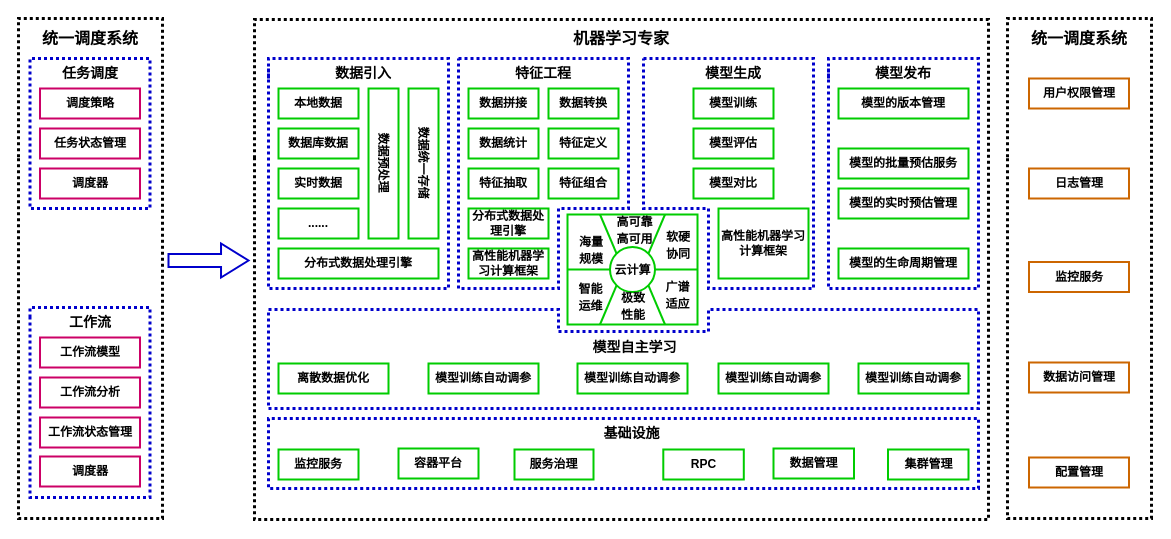
Before: page "第 2 页" (3 of 3) of Untitled Diagram.drawio in chenjgui/Flow-chat, a draw.io diagram. Source tidied: cells renumbered, new cells numbered last; positions are measured from the earlier drawing's top-left corner, leaving out a move shared by most shapes. Both pictures are drawn from the tidied source at 100%, with x=0, y=0 at pixel (18, 18).
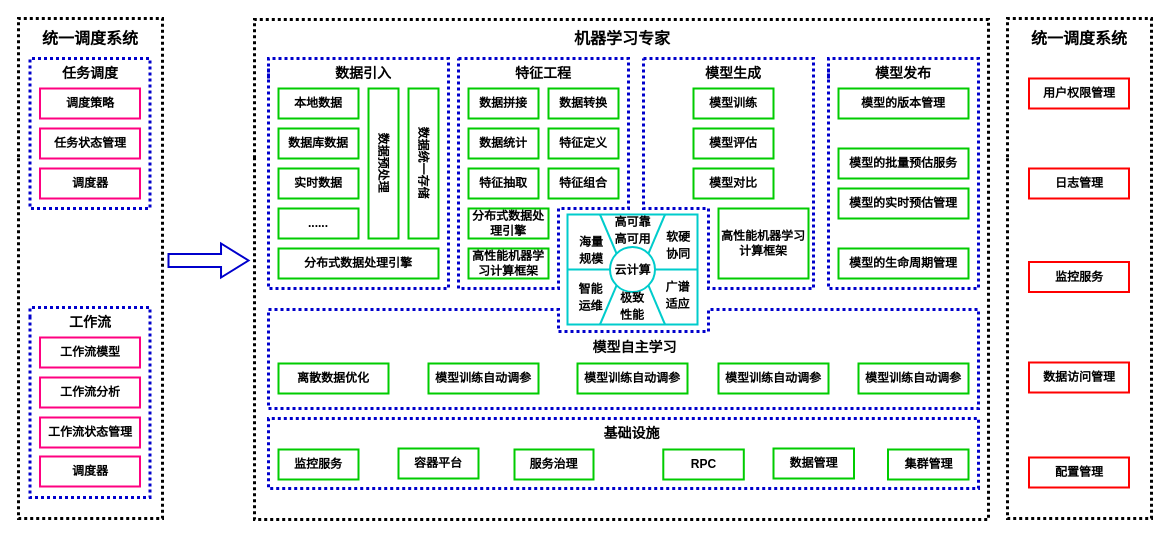
The same diagram, later.

The edit, as a diff of the source:
```diff
@@
-    <mxCell id="2" style="rounded=0;whiteSpace=wrap;html=1;strokeColor=#00CC00;strokeWidth=2;fontFamily=宋体;fontSize=14;" parent="1" vertex="1">
+    <mxCell id="2" style="rounded=0;whiteSpace=wrap;html=1;strokeColor=#00CCCC;strokeWidth=2;fontFamily=宋体;fontSize=14;" parent="1" vertex="1">
       <mxGeometry x="549" y="196" width="130" height="110" as="geometry" />
     </mxCell>
-    <mxCell id="3" value="&lt;font&gt;调度策略&lt;/font&gt;" style="rounded=0;whiteSpace=wrap;html=1;fillColor=#FFFFFF;strokeColor=#CC0066;strokeWidth=2;fontStyle=1;fontFamily=宋体;" parent="1" vertex="1">
+    <mxCell id="3" value="&lt;font&gt;调度策略&lt;/font&gt;" style="rounded=0;whiteSpace=wrap;html=1;fillColor=#FFFFFF;strokeColor=#FF0080;strokeWidth=2;fontStyle=1;fontFamily=宋体;" parent="1" vertex="1">
       <mxGeometry x="21.5" y="70" width="100" height="30" as="geometry" />
     </mxCell>
-    <mxCell id="4" value="&lt;font&gt;任务状态管理&lt;/font&gt;" style="rounded=0;whiteSpace=wrap;html=1;fillColor=#FFFFFF;strokeColor=#CC0066;strokeWidth=2;fontStyle=1;fontFamily=宋体;" parent="1" vertex="1">
+    <mxCell id="4" value="&lt;font&gt;任务状态管理&lt;/font&gt;" style="rounded=0;whiteSpace=wrap;html=1;fillColor=#FFFFFF;strokeColor=#FF0080;strokeWidth=2;fontStyle=1;fontFamily=宋体;" parent="1" vertex="1">
       <mxGeometry x="21.5" y="110" width="100" height="30" as="geometry" />
     </mxCell>
-    <mxCell id="5" value="&lt;font&gt;调度器&lt;/font&gt;" style="rounded=0;whiteSpace=wrap;html=1;fillColor=#FFFFFF;strokeColor=#CC0066;strokeWidth=2;fontStyle=1;fontFamily=宋体;" parent="1" vertex="1">
+    <mxCell id="5" value="&lt;font&gt;调度器&lt;/font&gt;" style="rounded=0;whiteSpace=wrap;html=1;fillColor=#FFFFFF;strokeColor=#FF0080;strokeWidth=2;fontStyle=1;fontFamily=宋体;" parent="1" vertex="1">
       <mxGeometry x="21.5" y="150" width="100" height="30" as="geometry" />
     </mxCell>
@@
-    <mxCell id="9" value="&lt;font&gt;工作流模型&lt;/font&gt;" style="rounded=0;whiteSpace=wrap;html=1;fillColor=#FFFFFF;strokeColor=#CC0066;strokeWidth=2;fontStyle=1;fontFamily=宋体;" parent="1" vertex="1">
+    <mxCell id="9" value="&lt;font&gt;工作流模型&lt;/font&gt;" style="rounded=0;whiteSpace=wrap;html=1;fillColor=#FFFFFF;strokeColor=#FF0080;strokeWidth=2;fontStyle=1;fontFamily=宋体;" parent="1" vertex="1">
       <mxGeometry x="21.5" y="319" width="100" height="30" as="geometry" />
     </mxCell>
-    <mxCell id="10" value="&lt;font&gt;工作流分析&lt;/font&gt;" style="rounded=0;whiteSpace=wrap;html=1;fillColor=#FFFFFF;strokeColor=#CC0066;strokeWidth=2;fontStyle=1;fontFamily=宋体;" parent="1" vertex="1">
+    <mxCell id="10" value="&lt;font&gt;工作流分析&lt;/font&gt;" style="rounded=0;whiteSpace=wrap;html=1;fillColor=#FFFFFF;strokeColor=#FF0080;strokeWidth=2;fontStyle=1;fontFamily=宋体;" parent="1" vertex="1">
       <mxGeometry x="21.5" y="359" width="100" height="30" as="geometry" />
     </mxCell>
-    <mxCell id="11" value="&lt;font&gt;工作流状态管理&lt;/font&gt;" style="rounded=0;whiteSpace=wrap;html=1;fillColor=#FFFFFF;strokeColor=#CC0066;strokeWidth=2;fontStyle=1;fontFamily=宋体;" parent="1" vertex="1">
+    <mxCell id="11" value="&lt;font&gt;工作流状态管理&lt;/font&gt;" style="rounded=0;whiteSpace=wrap;html=1;fillColor=#FFFFFF;strokeColor=#FF0080;strokeWidth=2;fontStyle=1;fontFamily=宋体;" parent="1" vertex="1">
       <mxGeometry x="21.5" y="399" width="100" height="30" as="geometry" />
     </mxCell>
@@
-    <mxCell id="14" value="&lt;font&gt;调度器&lt;/font&gt;" style="rounded=0;whiteSpace=wrap;html=1;fillColor=#FFFFFF;strokeColor=#CC0066;strokeWidth=2;fontStyle=1;fontFamily=宋体;" parent="1" vertex="1">
+    <mxCell id="14" value="&lt;font&gt;调度器&lt;/font&gt;" style="rounded=0;whiteSpace=wrap;html=1;fillColor=#FFFFFF;strokeColor=#FF0080;strokeWidth=2;fontStyle=1;fontFamily=宋体;" parent="1" vertex="1">
       <mxGeometry x="21.5" y="438" width="100" height="30" as="geometry" />
     </mxCell>
@@
-    <mxCell id="47" value="&lt;b&gt;&lt;font style=&quot;font-size: 12px&quot;&gt;云计算&lt;/font&gt;&lt;/b&gt;" style="ellipse;whiteSpace=wrap;html=1;strokeColor=#00CC00;strokeWidth=2;fontFamily=宋体;fontSize=14;" parent="1" vertex="1">
+    <mxCell id="47" value="&lt;b&gt;&lt;font style=&quot;font-size: 12px&quot;&gt;云计算&lt;/font&gt;&lt;/b&gt;" style="ellipse;whiteSpace=wrap;html=1;strokeColor=#00CCCC;strokeWidth=2;fontFamily=宋体;fontSize=14;" parent="1" vertex="1">
       <mxGeometry x="591.5" y="228.5" width="45" height="45" as="geometry" />
     </mxCell>
-    <mxCell id="48" style="endArrow=none;html=1;strokeColor=#00CC00;strokeWidth=2;fontFamily=宋体;fontSize=14;entryX=0;entryY=0;entryDx=0;entryDy=0;exitX=0.25;exitY=0;exitDx=0;exitDy=0;" parent="1" edge="1" source="2" target="47">
+    <mxCell id="48" style="endArrow=none;html=1;strokeColor=#00CCCC;strokeWidth=2;fontFamily=宋体;fontSize=14;entryX=0;entryY=0;entryDx=0;entryDy=0;exitX=0.25;exitY=0;exitDx=0;exitDy=0;" parent="1" edge="1" source="2" target="47">
       <mxGeometry relative="1" as="geometry" />
     </mxCell>
-    <mxCell id="49" style="endArrow=none;html=1;strokeColor=#00CC00;strokeWidth=2;fontFamily=宋体;fontSize=14;entryX=1;entryY=0.5;entryDx=0;entryDy=0;exitX=1;exitY=0.5;exitDx=0;exitDy=0;" parent="1" edge="1" source="47" target="2">
+    <mxCell id="49" style="endArrow=none;html=1;strokeColor=#00CCCC;strokeWidth=2;fontFamily=宋体;fontSize=14;entryX=1;entryY=0.5;entryDx=0;entryDy=0;exitX=1;exitY=0.5;exitDx=0;exitDy=0;" parent="1" edge="1" source="47" target="2">
       <mxGeometry relative="1" as="geometry" />
     </mxCell>
-    <mxCell id="50" style="endArrow=none;html=1;strokeColor=#00CC00;strokeWidth=2;fontFamily=宋体;fontSize=14;exitX=1;exitY=0;exitDx=0;exitDy=0;entryX=0.75;entryY=0;entryDx=0;entryDy=0;" parent="1" edge="1" source="47" target="2">
+    <mxCell id="50" style="endArrow=none;html=1;strokeColor=#00CCCC;strokeWidth=2;fontFamily=宋体;fontSize=14;exitX=1;exitY=0;exitDx=0;exitDy=0;entryX=0.75;entryY=0;entryDx=0;entryDy=0;" parent="1" edge="1" source="47" target="2">
       <mxGeometry relative="1" as="geometry" />
     </mxCell>
-    <mxCell id="51" style="endArrow=none;html=1;strokeColor=#00CC00;strokeWidth=2;fontFamily=宋体;fontSize=14;entryX=0;entryY=1;entryDx=0;entryDy=0;exitX=0.25;exitY=1;exitDx=0;exitDy=0;" parent="1" edge="1" source="2" target="47">
+    <mxCell id="51" style="endArrow=none;html=1;strokeColor=#00CCCC;strokeWidth=2;fontFamily=宋体;fontSize=14;entryX=0;entryY=1;entryDx=0;entryDy=0;exitX=0.25;exitY=1;exitDx=0;exitDy=0;" parent="1" edge="1" source="2" target="47">
       <mxGeometry relative="1" as="geometry" />
     </mxCell>
-    <mxCell id="52" style="endArrow=none;html=1;strokeColor=#00CC00;strokeWidth=2;fontFamily=宋体;fontSize=14;exitX=0.75;exitY=1;exitDx=0;exitDy=0;entryX=1;entryY=1;entryDx=0;entryDy=0;" parent="1" edge="1" source="2" target="47">
+    <mxCell id="52" style="endArrow=none;html=1;strokeColor=#00CCCC;strokeWidth=2;fontFamily=宋体;fontSize=14;exitX=0.75;exitY=1;exitDx=0;exitDy=0;entryX=1;entryY=1;entryDx=0;entryDy=0;" parent="1" edge="1" source="2" target="47">
       <mxGeometry relative="1" as="geometry" />
     </mxCell>
     <mxCell id="53" value="&lt;font style=&quot;font-size: 12px&quot;&gt;&lt;b&gt;高可靠高可用&lt;/b&gt;&lt;/font&gt;" style="text;html=1;strokeColor=none;fillColor=none;align=center;verticalAlign=middle;whiteSpace=wrap;rounded=0;fontFamily=宋体;fontSize=14;" parent="1" vertex="1">
-      <mxGeometry x="595.5" y="196" width="41" height="29" as="geometry" />
+      <mxGeometry x="593.5" y="196" width="41" height="29" as="geometry" />
     </mxCell>
@@
     <mxCell id="57" value="&lt;span style=&quot;font-size: 12px&quot;&gt;&lt;b&gt;极致&lt;br&gt;性能&lt;/b&gt;&lt;/span&gt;" style="text;html=1;strokeColor=none;fillColor=none;align=center;verticalAlign=middle;whiteSpace=wrap;rounded=0;fontFamily=宋体;fontSize=14;" parent="1" vertex="1">
-      <mxGeometry x="598" y="271.5" width="34" height="30" as="geometry" />
+      <mxGeometry x="597" y="271.5" width="34" height="30" as="geometry" />
     </mxCell>
@@
-    <mxCell id="59" style="endArrow=none;html=1;strokeColor=#00CC00;strokeWidth=2;fontFamily=宋体;fontSize=14;entryX=0;entryY=0.5;entryDx=0;entryDy=0;exitX=0;exitY=0.5;exitDx=0;exitDy=0;" parent="1" edge="1" source="2" target="47">
+    <mxCell id="59" style="endArrow=none;html=1;strokeColor=#00CCCC;strokeWidth=2;fontFamily=宋体;fontSize=14;entryX=0;entryY=0.5;entryDx=0;entryDy=0;exitX=0;exitY=0.5;exitDx=0;exitDy=0;" parent="1" edge="1" source="2" target="47">
       <mxGeometry relative="1" as="geometry" />
     </mxCell>
@@
-    <mxCell id="76" value="&lt;font&gt;用户权限管理&lt;/font&gt;" style="rounded=0;whiteSpace=wrap;html=1;fillColor=#FFFFFF;strokeColor=#CC6600;strokeWidth=2;fontStyle=1;fontFamily=宋体;" parent="1" vertex="1">
+    <mxCell id="76" value="&lt;font&gt;用户权限管理&lt;/font&gt;" style="rounded=0;whiteSpace=wrap;html=1;fillColor=#FFFFFF;strokeColor=#FF0000;strokeWidth=2;fontStyle=1;fontFamily=宋体;" parent="1" vertex="1">
       <mxGeometry x="1010.5" y="60" width="100" height="30" as="geometry" />
     </mxCell>
-    <mxCell id="77" value="&lt;font&gt;日志管理&lt;/font&gt;" style="rounded=0;whiteSpace=wrap;html=1;fillColor=#FFFFFF;strokeColor=#CC6600;strokeWidth=2;fontStyle=1;fontFamily=宋体;" parent="1" vertex="1">
+    <mxCell id="77" value="&lt;font&gt;日志管理&lt;/font&gt;" style="rounded=0;whiteSpace=wrap;html=1;fillColor=#FFFFFF;strokeColor=#FF0000;strokeWidth=2;fontStyle=1;fontFamily=宋体;" parent="1" vertex="1">
       <mxGeometry x="1010.5" y="150" width="100" height="30" as="geometry" />
     </mxCell>
-    <mxCell id="78" value="&lt;font&gt;监控服务&lt;/font&gt;" style="rounded=0;whiteSpace=wrap;html=1;fillColor=#FFFFFF;strokeColor=#CC6600;strokeWidth=2;fontStyle=1;fontFamily=宋体;" parent="1" vertex="1">
+    <mxCell id="78" value="&lt;font&gt;监控服务&lt;/font&gt;" style="rounded=0;whiteSpace=wrap;html=1;fillColor=#FFFFFF;strokeColor=#FF0000;strokeWidth=2;fontStyle=1;fontFamily=宋体;" parent="1" vertex="1">
       <mxGeometry x="1010.5" y="243.5" width="100" height="30" as="geometry" />
     </mxCell>
@@
-    <mxCell id="80" value="&lt;font&gt;数据访问管理&lt;/font&gt;" style="rounded=0;whiteSpace=wrap;html=1;fillColor=#FFFFFF;strokeColor=#CC6600;strokeWidth=2;fontStyle=1;fontFamily=宋体;" parent="1" vertex="1">
+    <mxCell id="80" value="&lt;font&gt;数据访问管理&lt;/font&gt;" style="rounded=0;whiteSpace=wrap;html=1;fillColor=#FFFFFF;strokeColor=#FF0000;strokeWidth=2;fontStyle=1;fontFamily=宋体;" parent="1" vertex="1">
       <mxGeometry x="1010.5" y="344" width="100" height="30" as="geometry" />
     </mxCell>
-    <mxCell id="81" value="&lt;font&gt;配置管理&lt;/font&gt;" style="rounded=0;whiteSpace=wrap;html=1;fillColor=#FFFFFF;strokeColor=#CC6600;strokeWidth=2;fontStyle=1;fontFamily=宋体;" parent="1" vertex="1">
+    <mxCell id="81" value="&lt;font&gt;配置管理&lt;/font&gt;" style="rounded=0;whiteSpace=wrap;html=1;fillColor=#FFFFFF;strokeColor=#FF0000;strokeWidth=2;fontStyle=1;fontFamily=宋体;" parent="1" vertex="1">
       <mxGeometry x="1010.5" y="439" width="100" height="30" as="geometry" />
     </mxCell>
@@
     <mxCell id="83" value="&lt;font style=&quot;font-size: 16px&quot;&gt;机器学习专家&lt;/font&gt;" style="text;html=1;strokeColor=none;fillColor=none;align=center;verticalAlign=middle;whiteSpace=wrap;rounded=0;fontFamily=宋体;fontStyle=1;fontSize=14;" parent="1" vertex="1">
-      <mxGeometry x="238" width="730" height="40" as="geometry" />
+      <mxGeometry x="239" width="730" height="40" as="geometry" />
     </mxCell>
```
